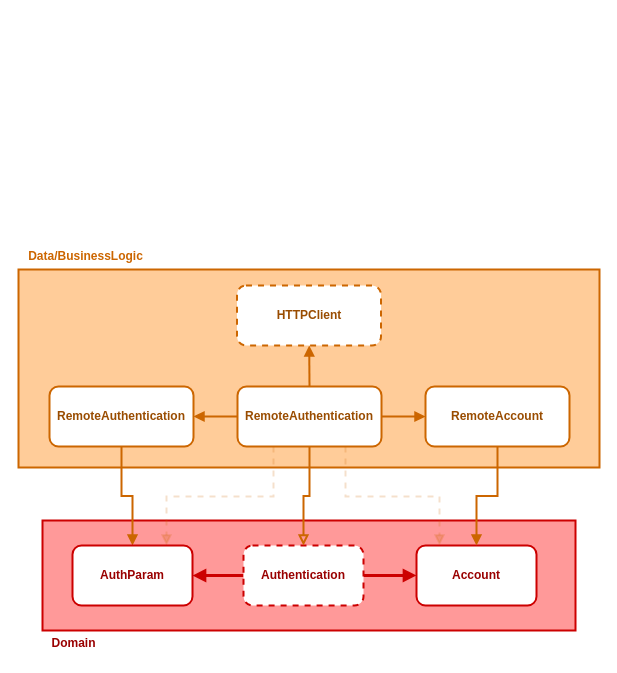
Above: docs/diagrams/login.drawio in PaoloProdossimoLopes/flutter-for-dev-clean-app (draw.io), before the change. Source tidied: cells renumbered, new cells numbered last; positions are measured from the earlier drawing's top-left corner, leaving out a move shared by most shapes. Both pictures are drawn from the tidied source at 100%, with x=0, y=0 at pixel (18, 243).
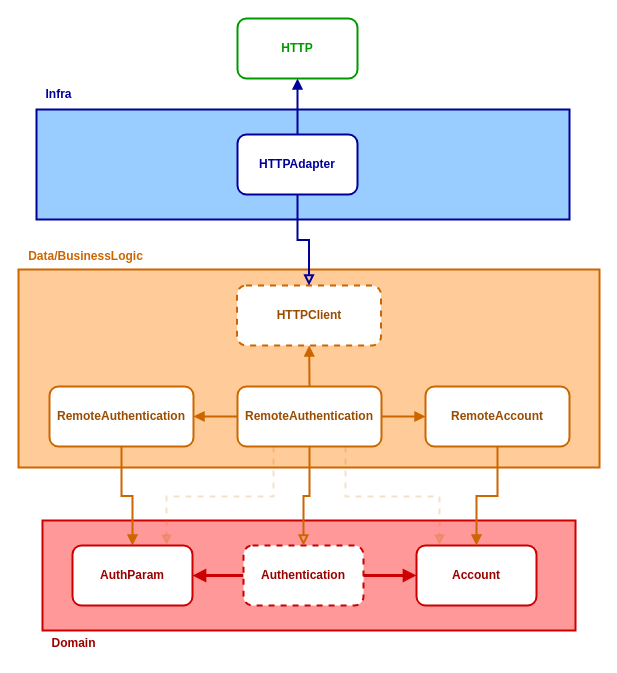
After the change.

Commit message (it also covers changes not shown here):
test: ensure HTTPAdapter calls post with corerect url

Unchanged cells that the change refers to:
```xml
<mxCell id="17" value="HTTPClient" style="whiteSpace=wrap;html=1;dashed=1;rounded=1;strokeColor=#CC6600;strokeWidth=2;fontStyle=1;fontColor=#994C00;" parent="1" vertex="1">
  <mxGeometry x="218.5" y="42" width="144" height="60" as="geometry" />
</mxCell>
```

Diff of the diagram source:
```diff
@@
+    <mxCell id="23" style="whiteSpace=wrap;html=1;fillColor=#99CCFF;strokeColor=#000099;strokeWidth=2;" parent="1" vertex="1">
+      <mxGeometry x="18" y="-134" width="533" height="110" as="geometry" />
+    </mxCell>
+    <mxCell id="24" style="edgeStyle=orthogonalEdgeStyle;rounded=0;jettySize=auto;html=1;exitX=0.5;exitY=1;exitDx=0;exitDy=0;endArrow=block;strokeColor=#000099;endFill=0;strokeWidth=2;" parent="1" edge="1" source="26" target="17">
+      <mxGeometry relative="1" as="geometry" />
+    </mxCell>
+    <mxCell id="25" style="edgeStyle=orthogonalEdgeStyle;rounded=0;jettySize=auto;html=1;strokeColor=#000099;fontColor=default;endArrow=block;endFill=1;strokeWidth=2;" parent="1" edge="1" source="26" target="28">
+      <mxGeometry relative="1" as="geometry" />
+    </mxCell>
+    <mxCell id="26" value="HTTPAdapter" style="whiteSpace=wrap;html=1;rounded=1;strokeColor=#000099;strokeWidth=2;fontStyle=1;fontColor=#000099;fillColor=default;" parent="1" vertex="1">
+      <mxGeometry x="219" y="-109" width="120" height="60" as="geometry" />
+    </mxCell>
+    <mxCell id="27" value="Infra" style="text;html=1;align=center;verticalAlign=middle;strokeColor=none;fillColor=none;strokeWidth=2;fontStyle=1;fontColor=#000099;" parent="1" vertex="1">
+      <mxGeometry x="18" y="-162" width="44" height="26" as="geometry" />
+    </mxCell>
+    <mxCell id="28" value="HTTP" style="whiteSpace=wrap;html=1;rounded=1;strokeColor=#009900;strokeWidth=2;fontStyle=1;fontColor=#009900;fillColor=default;" parent="1" vertex="1">
+      <mxGeometry x="219" y="-225" width="120" height="60" as="geometry" />
+    </mxCell>
```
